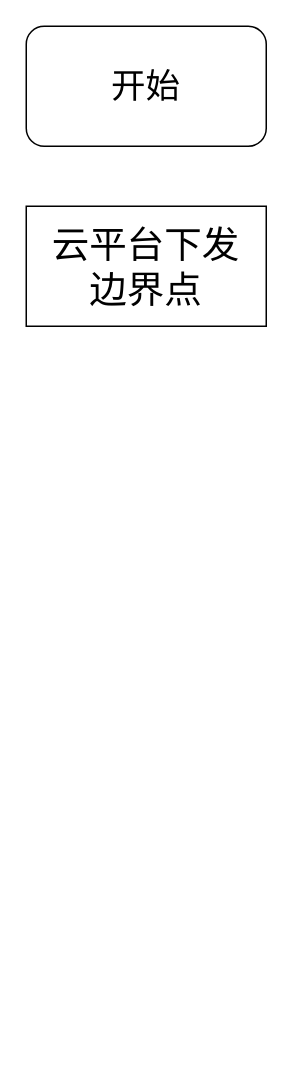
Above: 云平台与终端交互路径规划流程图.drawio in anvalue/DrawIo_SQ (draw.io), before the change. Source tidied: cells renumbered, new cells numbered last; positions are measured from the earlier drawing's top-left corner, leaving out a move shared by most shapes. Both pictures are drawn from the tidied source at 150%, with x=0, y=0 at pixel (26, 26).
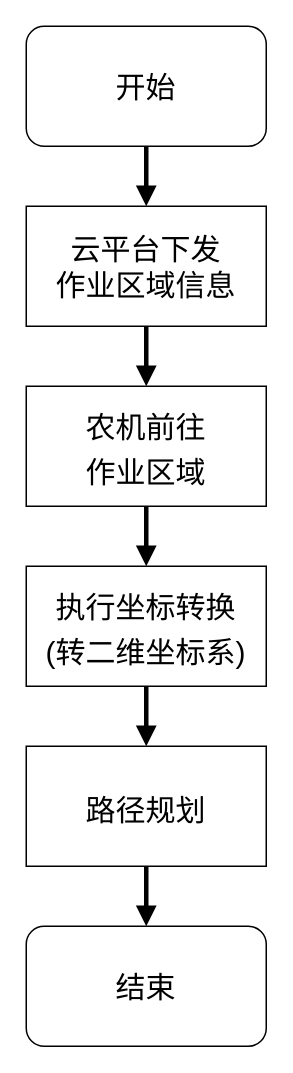
After the change.

Commit message (it also covers changes not shown here):
更新云平台与终端交互路径规划流程图.drawio

Diff of the diagram source:
```diff
@@
 <mxGraphModel>
   <root>
     <mxCell id="0" />
     <mxCell id="1" parent="0" />
+    <mxCell id="4" style="edgeStyle=orthogonalEdgeStyle;rounded=0;jettySize=auto;html=1;entryX=0.5;entryY=0;entryDx=0;entryDy=0;endArrow=block;endFill=1;strokeWidth=3;" parent="1" edge="1" source="2" target="3">
+      <mxGeometry relative="1" as="geometry" />
+    </mxCell>
-    <mxCell id="2" value="开始" style="rounded=1;whiteSpace=wrap;html=1;fontSize=23;fontFamily=黑体;" parent="1" vertex="1">
+    <mxCell id="2" value="开始" style="rounded=1;whiteSpace=wrap;html=1;fontSize=20;fontFamily=黑体;" parent="1" vertex="1">
       <mxGeometry width="160" height="80" as="geometry" />
     </mxCell>
+    <mxCell id="5" style="edgeStyle=orthogonalEdgeStyle;shape=connector;rounded=0;jettySize=auto;html=1;entryX=0.5;entryY=0;entryDx=0;entryDy=0;strokeColor=default;strokeWidth=3;align=center;verticalAlign=middle;fontFamily=Helvetica;fontSize=11;fontColor=default;labelBackgroundColor=default;endArrow=block;endFill=1;" parent="1" edge="1" source="3" target="7">
+      <mxGeometry relative="1" as="geometry" />
+    </mxCell>
-    <mxCell id="3" value="云平台下发边界点" style="rounded=0;whiteSpace=wrap;html=1;fontSize=25;fontFamily=黑体;spacingLeft=5;spacingRight=5;" parent="1" vertex="1">
+    <mxCell id="3" value="云平台下发&lt;br&gt;作业区域信息" style="rounded=0;whiteSpace=wrap;html=1;fontSize=20;fontFamily=黑体;spacingLeft=5;spacingRight=5;" parent="1" vertex="1">
       <mxGeometry y="120" width="160" height="80" as="geometry" />
     </mxCell>
+    <mxCell id="6" style="edgeStyle=orthogonalEdgeStyle;shape=connector;rounded=0;jettySize=auto;html=1;strokeColor=default;strokeWidth=3;align=center;verticalAlign=middle;fontFamily=Helvetica;fontSize=11;fontColor=default;labelBackgroundColor=default;endArrow=block;endFill=1;" parent="1" edge="1" source="7" target="9">
+      <mxGeometry relative="1" as="geometry" />
+    </mxCell>
+    <mxCell id="7" value="&lt;font style=&quot;font-size: 20px;&quot;&gt;农机前往&lt;br&gt;作业区域&lt;/font&gt;" style="rounded=0;whiteSpace=wrap;html=1;fontSize=25;fontFamily=黑体;spacingLeft=5;spacingRight=5;" parent="1" vertex="1">
+      <mxGeometry y="240" width="160" height="80" as="geometry" />
+    </mxCell>
+    <mxCell id="8" style="edgeStyle=orthogonalEdgeStyle;shape=connector;rounded=0;jettySize=auto;html=1;entryX=0.5;entryY=0;entryDx=0;entryDy=0;strokeColor=default;strokeWidth=3;align=center;verticalAlign=middle;fontFamily=Helvetica;fontSize=11;fontColor=default;labelBackgroundColor=default;endArrow=block;endFill=1;" parent="1" edge="1" source="9" target="11">
+      <mxGeometry relative="1" as="geometry" />
+    </mxCell>
+    <mxCell id="9" value="&lt;font style=&quot;font-size: 20px;&quot;&gt;执行坐标转换&lt;br&gt;(转二维坐标系)&lt;/font&gt;" style="rounded=0;whiteSpace=wrap;html=1;fontSize=25;fontFamily=黑体;spacingLeft=5;spacingRight=5;" parent="1" vertex="1">
+      <mxGeometry y="360" width="160" height="80" as="geometry" />
+    </mxCell>
+    <mxCell id="10" style="edgeStyle=orthogonalEdgeStyle;shape=connector;rounded=0;jettySize=auto;html=1;entryX=0.5;entryY=0;entryDx=0;entryDy=0;strokeColor=default;strokeWidth=3;align=center;verticalAlign=middle;fontFamily=Helvetica;fontSize=11;fontColor=default;labelBackgroundColor=default;endArrow=block;endFill=1;" parent="1" edge="1" source="11" target="12">
+      <mxGeometry relative="1" as="geometry" />
+    </mxCell>
+    <mxCell id="11" value="&lt;span style=&quot;font-size: 20px;&quot;&gt;路径规划&lt;/span&gt;" style="rounded=0;whiteSpace=wrap;html=1;fontSize=25;fontFamily=黑体;spacingLeft=5;spacingRight=5;" parent="1" vertex="1">
+      <mxGeometry y="480" width="160" height="80" as="geometry" />
+    </mxCell>
+    <mxCell id="12" value="结束" style="rounded=1;whiteSpace=wrap;html=1;fontSize=20;fontFamily=黑体;" parent="1" vertex="1">
+      <mxGeometry y="600" width="160" height="80" as="geometry" />
+    </mxCell>
   </root>
 </mxGraphModel>
```
